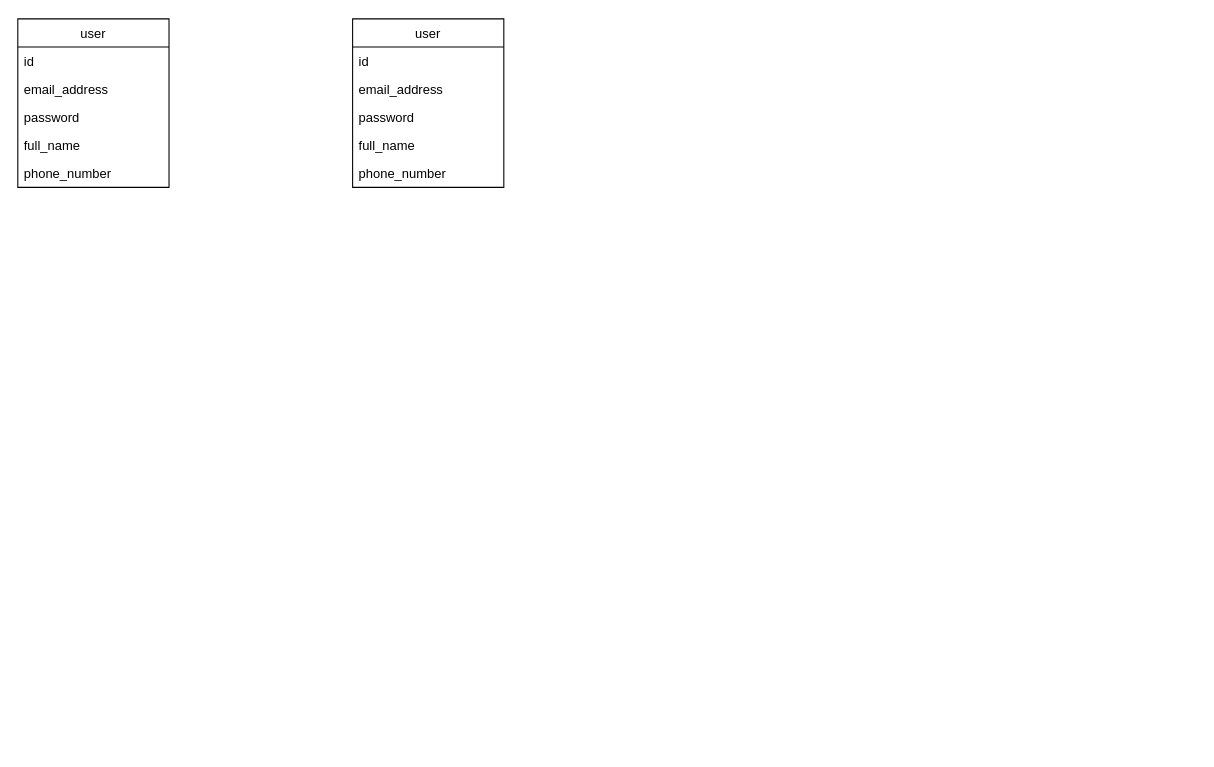
Above: ERD/CMProject.drawio in pbphuoc/CMTeamProject (draw.io), before the change. Source tidied: cells renumbered, new cells numbered last; positions are measured from the earlier drawing's top-left corner, leaving out a move shared by most shapes. Both pictures are drawn from the tidied source at 108%, with x=0, y=0 at pixel (17, 18).
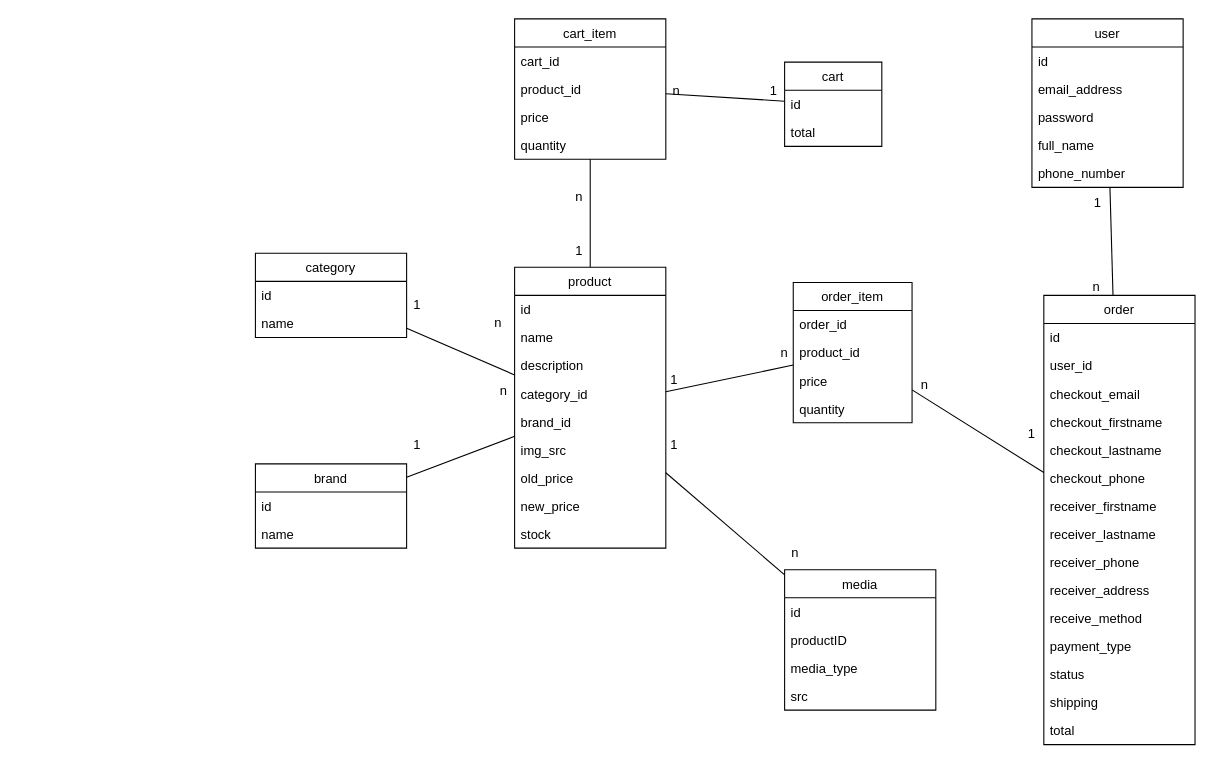
The same diagram, later.

What changed in the source:
```diff
@@
     <mxCell id="2" value="user" style="swimlane;fontStyle=0;horizontal=1;startSize=26;fillColor=none;" parent="1" vertex="1">
-      <mxGeometry width="140" height="156" as="geometry" />
+      <mxGeometry x="939" width="140" height="156" as="geometry" />
     </mxCell>
@@
-    <mxCell id="8" value="user" style="swimlane;fontStyle=0;horizontal=1;startSize=26;fillColor=none;" parent="1" vertex="1">
-      <mxGeometry x="310" width="140" height="156" as="geometry" />
+    <mxCell id="8" value="cart_item" style="swimlane;fontStyle=0;horizontal=1;startSize=26;fillColor=none;" parent="1" vertex="1">
+      <mxGeometry x="460" width="140" height="130" as="geometry" />
     </mxCell>
-    <mxCell id="9" value="id" style="text;strokeColor=none;fillColor=none;align=left;verticalAlign=top;spacingLeft=4;spacingRight=4;overflow=hidden;" parent="8" vertex="1">
-      <mxGeometry y="26" width="140" height="26" as="geometry" />
-    </mxCell>
-    <mxCell id="10" value="email_address&#10;" style="text;strokeColor=none;fillColor=none;align=left;verticalAlign=top;spacingLeft=4;spacingRight=4;overflow=hidden;" parent="8" vertex="1">
-      <mxGeometry y="52" width="140" height="26" as="geometry" />
-    </mxCell>
-    <mxCell id="11" value="password" style="text;strokeColor=none;fillColor=none;align=left;verticalAlign=top;spacingLeft=4;spacingRight=4;overflow=hidden;" parent="8" vertex="1">
-      <mxGeometry y="78" width="140" height="26" as="geometry" />
-    </mxCell>
-    <mxCell id="12" value="full_name" style="text;strokeColor=none;fillColor=none;align=left;verticalAlign=top;spacingLeft=4;spacingRight=4;overflow=hidden;" parent="8" vertex="1">
-      <mxGeometry y="104" width="140" height="26" as="geometry" />
-    </mxCell>
-    <mxCell id="13" value="phone_number" style="text;strokeColor=none;fillColor=none;align=left;verticalAlign=top;spacingLeft=4;spacingRight=4;overflow=hidden;" parent="8" vertex="1">
-      <mxGeometry y="130" width="140" height="26" as="geometry" />
-    </mxCell>
+    <mxCell id="14" value="cart_id" style="text;strokeColor=none;fillColor=none;align=left;verticalAlign=top;spacingLeft=4;spacingRight=4;overflow=hidden;" parent="8" vertex="1">
+      <mxGeometry y="26" width="140" height="26" as="geometry" />
+    </mxCell>
+    <mxCell id="15" value="product_id" style="text;strokeColor=none;fillColor=none;align=left;verticalAlign=top;spacingLeft=4;spacingRight=4;overflow=hidden;" parent="8" vertex="1">
+      <mxGeometry y="52" width="140" height="26" as="geometry" />
+    </mxCell>
+    <mxCell id="16" value="price" style="text;strokeColor=none;fillColor=none;align=left;verticalAlign=top;spacingLeft=4;spacingRight=4;overflow=hidden;" parent="8" vertex="1">
+      <mxGeometry y="78" width="140" height="26" as="geometry" />
+    </mxCell>
+    <mxCell id="17" value="quantity" style="text;strokeColor=none;fillColor=none;align=left;verticalAlign=top;spacingLeft=4;spacingRight=4;overflow=hidden;" parent="8" vertex="1">
+      <mxGeometry y="104" width="140" height="26" as="geometry" />
+    </mxCell>
+    <mxCell id="18" value="cart" style="swimlane;fontStyle=0;horizontal=1;startSize=26;fillColor=none;" parent="1" vertex="1">
+      <mxGeometry x="710" y="40" width="90" height="78" as="geometry" />
+    </mxCell>
+    <mxCell id="19" value="id" style="text;strokeColor=none;fillColor=none;align=left;verticalAlign=top;spacingLeft=4;spacingRight=4;overflow=hidden;" parent="18" vertex="1">
+      <mxGeometry y="26" width="90" height="26" as="geometry" />
+    </mxCell>
+    <mxCell id="20" value="total" style="text;strokeColor=none;fillColor=none;align=left;verticalAlign=top;spacingLeft=4;spacingRight=4;overflow=hidden;" parent="18" vertex="1">
+      <mxGeometry y="52" width="90" height="26" as="geometry" />
+    </mxCell>
+    <mxCell id="21" style="endArrow=none;html=1;rounded=0;" parent="1" edge="1" source="18" target="8">
+      <mxGeometry relative="1" as="geometry" />
+    </mxCell>
+    <mxCell id="22" value="n" style="text;html=1;strokeColor=none;fillColor=none;align=center;verticalAlign=middle;whiteSpace=wrap;rounded=0;" parent="1" vertex="1">
+      <mxGeometry x="580" y="52" width="60" height="30" as="geometry" />
+    </mxCell>
+    <mxCell id="23" value="1" style="text;html=1;strokeColor=none;fillColor=none;align=center;verticalAlign=middle;whiteSpace=wrap;rounded=0;" parent="1" vertex="1">
+      <mxGeometry x="670" y="52" width="60" height="30" as="geometry" />
+    </mxCell>
+    <mxCell id="24" value="product" style="swimlane;fontStyle=0;horizontal=1;startSize=26;fillColor=none;" parent="1" vertex="1">
+      <mxGeometry x="460" y="230" width="140" height="260" as="geometry" />
+    </mxCell>
+    <mxCell id="25" value="id" style="text;strokeColor=none;fillColor=none;align=left;verticalAlign=top;spacingLeft=4;spacingRight=4;overflow=hidden;" parent="24" vertex="1">
+      <mxGeometry y="26" width="140" height="26" as="geometry" />
+    </mxCell>
+    <mxCell id="26" value="name" style="text;strokeColor=none;fillColor=none;align=left;verticalAlign=top;spacingLeft=4;spacingRight=4;overflow=hidden;" parent="24" vertex="1">
+      <mxGeometry y="52" width="140" height="26" as="geometry" />
+    </mxCell>
+    <mxCell id="27" value="description" style="text;strokeColor=none;fillColor=none;align=left;verticalAlign=top;spacingLeft=4;spacingRight=4;overflow=hidden;" parent="24" vertex="1">
+      <mxGeometry y="78" width="140" height="26" as="geometry" />
+    </mxCell>
+    <mxCell id="28" value="category_id" style="text;strokeColor=none;fillColor=none;align=left;verticalAlign=top;spacingLeft=4;spacingRight=4;overflow=hidden;" parent="24" vertex="1">
+      <mxGeometry y="104" width="140" height="26" as="geometry" />
+    </mxCell>
+    <mxCell id="29" value="brand_id" style="text;strokeColor=none;fillColor=none;align=left;verticalAlign=top;spacingLeft=4;spacingRight=4;overflow=hidden;" parent="24" vertex="1">
+      <mxGeometry y="130" width="140" height="26" as="geometry" />
+    </mxCell>
+    <mxCell id="30" value="img_src" style="text;strokeColor=none;fillColor=none;align=left;verticalAlign=top;spacingLeft=4;spacingRight=4;overflow=hidden;" parent="24" vertex="1">
+      <mxGeometry y="156" width="140" height="26" as="geometry" />
+    </mxCell>
+    <mxCell id="31" value="old_price" style="text;strokeColor=none;fillColor=none;align=left;verticalAlign=top;spacingLeft=4;spacingRight=4;overflow=hidden;" parent="24" vertex="1">
+      <mxGeometry y="182" width="140" height="26" as="geometry" />
+    </mxCell>
+    <mxCell id="32" value="new_price" style="text;strokeColor=none;fillColor=none;align=left;verticalAlign=top;spacingLeft=4;spacingRight=4;overflow=hidden;" parent="24" vertex="1">
+      <mxGeometry y="208" width="140" height="26" as="geometry" />
+    </mxCell>
+    <mxCell id="33" value="stock" style="text;strokeColor=none;fillColor=none;align=left;verticalAlign=top;spacingLeft=4;spacingRight=4;overflow=hidden;" parent="24" vertex="1">
+      <mxGeometry y="234" width="140" height="26" as="geometry" />
+    </mxCell>
+    <mxCell id="34" value="category" style="swimlane;fontStyle=0;horizontal=1;startSize=26;fillColor=none;" parent="1" vertex="1">
+      <mxGeometry x="220" y="217" width="140" height="78" as="geometry" />
+    </mxCell>
+    <mxCell id="35" value="id" style="text;strokeColor=none;fillColor=none;align=left;verticalAlign=top;spacingLeft=4;spacingRight=4;overflow=hidden;" parent="34" vertex="1">
+      <mxGeometry y="26" width="140" height="26" as="geometry" />
+    </mxCell>
+    <mxCell id="36" value="name" style="text;strokeColor=none;fillColor=none;align=left;verticalAlign=top;spacingLeft=4;spacingRight=4;overflow=hidden;" parent="34" vertex="1">
+      <mxGeometry y="52" width="140" height="26" as="geometry" />
+    </mxCell>
+    <mxCell id="37" value="brand" style="swimlane;fontStyle=0;horizontal=1;startSize=26;fillColor=none;" parent="1" vertex="1">
+      <mxGeometry x="220" y="412" width="140" height="78" as="geometry" />
+    </mxCell>
+    <mxCell id="38" value="id" style="text;strokeColor=none;fillColor=none;align=left;verticalAlign=top;spacingLeft=4;spacingRight=4;overflow=hidden;" parent="37" vertex="1">
+      <mxGeometry y="26" width="140" height="26" as="geometry" />
+    </mxCell>
+    <mxCell id="39" value="name" style="text;strokeColor=none;fillColor=none;align=left;verticalAlign=top;spacingLeft=4;spacingRight=4;overflow=hidden;" parent="37" vertex="1">
+      <mxGeometry y="52" width="140" height="26" as="geometry" />
+    </mxCell>
+    <mxCell id="40" style="endArrow=none;html=1;rounded=0;" parent="1" edge="1" source="24" target="8">
+      <mxGeometry relative="1" as="geometry" />
+    </mxCell>
+    <mxCell id="41" value="n" style="text;html=1;strokeColor=none;fillColor=none;align=center;verticalAlign=middle;whiteSpace=wrap;rounded=0;" parent="1" vertex="1">
+      <mxGeometry x="490" y="150" width="60" height="30" as="geometry" />
+    </mxCell>
+    <mxCell id="42" value="1" style="text;html=1;strokeColor=none;fillColor=none;align=center;verticalAlign=middle;whiteSpace=wrap;rounded=0;" parent="1" vertex="1">
+      <mxGeometry x="490" y="200" width="60" height="30" as="geometry" />
+    </mxCell>
+    <mxCell id="43" style="endArrow=none;html=1;rounded=0;" parent="1" edge="1" source="24" target="34">
+      <mxGeometry relative="1" as="geometry" />
+    </mxCell>
+    <mxCell id="44" value="1" style="text;html=1;strokeColor=none;fillColor=none;align=center;verticalAlign=middle;whiteSpace=wrap;rounded=0;" parent="1" vertex="1">
+      <mxGeometry x="340" y="250" width="60" height="30" as="geometry" />
+    </mxCell>
+    <mxCell id="45" value="n" style="text;html=1;strokeColor=none;fillColor=none;align=center;verticalAlign=middle;whiteSpace=wrap;rounded=0;" parent="1" vertex="1">
+      <mxGeometry x="415" y="267" width="60" height="30" as="geometry" />
+    </mxCell>
+    <mxCell id="46" value="n" style="text;html=1;strokeColor=none;fillColor=none;align=center;verticalAlign=middle;whiteSpace=wrap;rounded=0;" parent="1" vertex="1">
+      <mxGeometry x="420" y="330" width="60" height="30" as="geometry" />
+    </mxCell>
+    <mxCell id="47" style="endArrow=none;html=1;rounded=0;" parent="1" edge="1" source="24" target="37">
+      <mxGeometry relative="1" as="geometry" />
+    </mxCell>
+    <mxCell id="48" value="1" style="text;html=1;strokeColor=none;fillColor=none;align=center;verticalAlign=middle;whiteSpace=wrap;rounded=0;" parent="1" vertex="1">
+      <mxGeometry x="340" y="380" width="60" height="30" as="geometry" />
+    </mxCell>
+    <mxCell id="49" value="order_item" style="swimlane;fontStyle=0;horizontal=1;startSize=26;fillColor=none;" parent="1" vertex="1">
+      <mxGeometry x="718" y="244" width="110" height="130" as="geometry" />
+    </mxCell>
+    <mxCell id="50" value="order_id" style="text;strokeColor=none;fillColor=none;align=left;verticalAlign=top;spacingLeft=4;spacingRight=4;overflow=hidden;" parent="49" vertex="1">
+      <mxGeometry y="26" width="110" height="26" as="geometry" />
+    </mxCell>
+    <mxCell id="51" value="product_id" style="text;strokeColor=none;fillColor=none;align=left;verticalAlign=top;spacingLeft=4;spacingRight=4;overflow=hidden;" parent="49" vertex="1">
+      <mxGeometry y="52" width="110" height="26" as="geometry" />
+    </mxCell>
+    <mxCell id="52" value="price" style="text;strokeColor=none;fillColor=none;align=left;verticalAlign=top;spacingLeft=4;spacingRight=4;overflow=hidden;" parent="49" vertex="1">
+      <mxGeometry y="78" width="110" height="26" as="geometry" />
+    </mxCell>
+    <mxCell id="53" value="quantity" style="text;strokeColor=none;fillColor=none;align=left;verticalAlign=top;spacingLeft=4;spacingRight=4;overflow=hidden;" parent="49" vertex="1">
+      <mxGeometry y="104" width="110" height="26" as="geometry" />
+    </mxCell>
+    <mxCell id="54" value="order" style="swimlane;fontStyle=0;horizontal=1;startSize=26;fillColor=none;" parent="1" vertex="1">
+      <mxGeometry x="950" y="256" width="140" height="416" as="geometry" />
+    </mxCell>
+    <mxCell id="55" value="id" style="text;strokeColor=none;fillColor=none;align=left;verticalAlign=top;spacingLeft=4;spacingRight=4;overflow=hidden;" parent="54" vertex="1">
+      <mxGeometry y="26" width="140" height="26" as="geometry" />
+    </mxCell>
+    <mxCell id="56" value="user_id" style="text;strokeColor=none;fillColor=none;align=left;verticalAlign=top;spacingLeft=4;spacingRight=4;overflow=hidden;" parent="54" vertex="1">
+      <mxGeometry y="52" width="140" height="26" as="geometry" />
+    </mxCell>
+    <mxCell id="57" value="checkout_email" style="text;strokeColor=none;fillColor=none;align=left;verticalAlign=top;spacingLeft=4;spacingRight=4;overflow=hidden;" parent="54" vertex="1">
+      <mxGeometry y="78" width="140" height="26" as="geometry" />
+    </mxCell>
+    <mxCell id="58" value="checkout_firstname" style="text;strokeColor=none;fillColor=none;align=left;verticalAlign=top;spacingLeft=4;spacingRight=4;overflow=hidden;" parent="54" vertex="1">
+      <mxGeometry y="104" width="140" height="26" as="geometry" />
+    </mxCell>
+    <mxCell id="59" value="checkout_lastname" style="text;strokeColor=none;fillColor=none;align=left;verticalAlign=top;spacingLeft=4;spacingRight=4;overflow=hidden;" parent="54" vertex="1">
+      <mxGeometry y="130" width="140" height="26" as="geometry" />
+    </mxCell>
+    <mxCell id="60" value="checkout_phone" style="text;strokeColor=none;fillColor=none;align=left;verticalAlign=top;spacingLeft=4;spacingRight=4;overflow=hidden;" parent="54" vertex="1">
+      <mxGeometry y="156" width="140" height="26" as="geometry" />
+    </mxCell>
+    <mxCell id="61" value="receiver_firstname" style="text;strokeColor=none;fillColor=none;align=left;verticalAlign=top;spacingLeft=4;spacingRight=4;overflow=hidden;" parent="54" vertex="1">
+      <mxGeometry y="182" width="140" height="26" as="geometry" />
+    </mxCell>
+    <mxCell id="62" value="receiver_lastname" style="text;strokeColor=none;fillColor=none;align=left;verticalAlign=top;spacingLeft=4;spacingRight=4;overflow=hidden;" parent="54" vertex="1">
+      <mxGeometry y="208" width="140" height="26" as="geometry" />
+    </mxCell>
+    <mxCell id="63" value="receiver_phone" style="text;strokeColor=none;fillColor=none;align=left;verticalAlign=top;spacingLeft=4;spacingRight=4;overflow=hidden;" parent="54" vertex="1">
+      <mxGeometry y="234" width="140" height="26" as="geometry" />
+    </mxCell>
+    <mxCell id="64" value="receiver_address" style="text;strokeColor=none;fillColor=none;align=left;verticalAlign=top;spacingLeft=4;spacingRight=4;overflow=hidden;" parent="54" vertex="1">
+      <mxGeometry y="260" width="140" height="26" as="geometry" />
+    </mxCell>
+    <mxCell id="65" value="receive_method" style="text;strokeColor=none;fillColor=none;align=left;verticalAlign=top;spacingLeft=4;spacingRight=4;overflow=hidden;" parent="54" vertex="1">
+      <mxGeometry y="286" width="140" height="26" as="geometry" />
+    </mxCell>
+    <mxCell id="66" value="payment_type" style="text;strokeColor=none;fillColor=none;align=left;verticalAlign=top;spacingLeft=4;spacingRight=4;overflow=hidden;" parent="54" vertex="1">
+      <mxGeometry y="312" width="140" height="26" as="geometry" />
+    </mxCell>
+    <mxCell id="67" value="status" style="text;strokeColor=none;fillColor=none;align=left;verticalAlign=top;spacingLeft=4;spacingRight=4;overflow=hidden;" parent="54" vertex="1">
+      <mxGeometry y="338" width="140" height="26" as="geometry" />
+    </mxCell>
+    <mxCell id="68" value="shipping" style="text;strokeColor=none;fillColor=none;align=left;verticalAlign=top;spacingLeft=4;spacingRight=4;overflow=hidden;" parent="54" vertex="1">
+      <mxGeometry y="364" width="140" height="26" as="geometry" />
+    </mxCell>
+    <mxCell id="69" value="total" style="text;strokeColor=none;fillColor=none;align=left;verticalAlign=top;spacingLeft=4;spacingRight=4;overflow=hidden;" parent="54" vertex="1">
+      <mxGeometry y="390" width="140" height="26" as="geometry" />
+    </mxCell>
+    <mxCell id="70" style="endArrow=none;html=1;rounded=0;" parent="1" edge="1" source="49" target="24">
+      <mxGeometry relative="1" as="geometry" />
+    </mxCell>
+    <mxCell id="71" style="endArrow=none;html=1;rounded=0;" parent="1" edge="1" source="54" target="49">
+      <mxGeometry relative="1" as="geometry" />
+    </mxCell>
+    <mxCell id="72" value="n" style="text;html=1;strokeColor=none;fillColor=none;align=center;verticalAlign=middle;whiteSpace=wrap;rounded=0;" parent="1" vertex="1">
+      <mxGeometry x="680" y="295" width="60" height="30" as="geometry" />
+    </mxCell>
+    <mxCell id="73" value="1" style="text;html=1;strokeColor=none;fillColor=none;align=center;verticalAlign=middle;whiteSpace=wrap;rounded=0;" parent="1" vertex="1">
+      <mxGeometry x="578" y="320" width="60" height="30" as="geometry" />
+    </mxCell>
+    <mxCell id="74" value="1" style="text;html=1;strokeColor=none;fillColor=none;align=center;verticalAlign=middle;whiteSpace=wrap;rounded=0;" parent="1" vertex="1">
+      <mxGeometry x="909" y="370" width="60" height="30" as="geometry" />
+    </mxCell>
+    <mxCell id="75" value="n" style="text;html=1;strokeColor=none;fillColor=none;align=center;verticalAlign=middle;whiteSpace=wrap;rounded=0;" parent="1" vertex="1">
+      <mxGeometry x="810" y="324" width="60" height="30" as="geometry" />
+    </mxCell>
+    <mxCell id="76" style="endArrow=none;html=1;rounded=0;" parent="1" edge="1" source="2" target="54">
+      <mxGeometry relative="1" as="geometry" />
+    </mxCell>
+    <mxCell id="77" value="1" style="text;html=1;strokeColor=none;fillColor=none;align=center;verticalAlign=middle;whiteSpace=wrap;rounded=0;" parent="1" vertex="1">
+      <mxGeometry x="970" y="156" width="60" height="30" as="geometry" />
+    </mxCell>
+    <mxCell id="78" value="n" style="text;html=1;strokeColor=none;fillColor=none;align=center;verticalAlign=middle;whiteSpace=wrap;rounded=0;" parent="1" vertex="1">
+      <mxGeometry x="969" y="233" width="60" height="30" as="geometry" />
+    </mxCell>
+    <mxCell id="79" value="media" style="swimlane;fontStyle=0;horizontal=1;startSize=26;fillColor=none;" parent="1" vertex="1">
+      <mxGeometry x="710" y="510" width="140" height="130" as="geometry" />
+    </mxCell>
+    <mxCell id="80" value="id" style="text;strokeColor=none;fillColor=none;align=left;verticalAlign=top;spacingLeft=4;spacingRight=4;overflow=hidden;" parent="79" vertex="1">
+      <mxGeometry y="26" width="140" height="26" as="geometry" />
+    </mxCell>
+    <mxCell id="81" value="productID" style="text;strokeColor=none;fillColor=none;align=left;verticalAlign=top;spacingLeft=4;spacingRight=4;overflow=hidden;" parent="79" vertex="1">
+      <mxGeometry y="52" width="140" height="26" as="geometry" />
+    </mxCell>
+    <mxCell id="82" value="media_type" style="text;strokeColor=none;fillColor=none;align=left;verticalAlign=top;spacingLeft=4;spacingRight=4;overflow=hidden;" parent="79" vertex="1">
+      <mxGeometry y="78" width="140" height="26" as="geometry" />
+    </mxCell>
+    <mxCell id="83" value="src" style="text;strokeColor=none;fillColor=none;align=left;verticalAlign=top;spacingLeft=4;spacingRight=4;overflow=hidden;" parent="79" vertex="1">
+      <mxGeometry y="104" width="140" height="26" as="geometry" />
+    </mxCell>
+    <mxCell id="84" style="endArrow=none;html=1;rounded=0;" parent="1" edge="1" source="24" target="79">
+      <mxGeometry relative="1" as="geometry" />
+    </mxCell>
+    <mxCell id="85" value="1" style="text;html=1;strokeColor=none;fillColor=none;align=center;verticalAlign=middle;whiteSpace=wrap;rounded=0;" parent="1" vertex="1">
+      <mxGeometry x="578" y="380" width="60" height="30" as="geometry" />
+    </mxCell>
+    <mxCell id="86" value="n" style="text;html=1;strokeColor=none;fillColor=none;align=center;verticalAlign=middle;whiteSpace=wrap;rounded=0;" parent="1" vertex="1">
+      <mxGeometry x="690" y="480" width="60" height="30" as="geometry" />
+    </mxCell>
```
